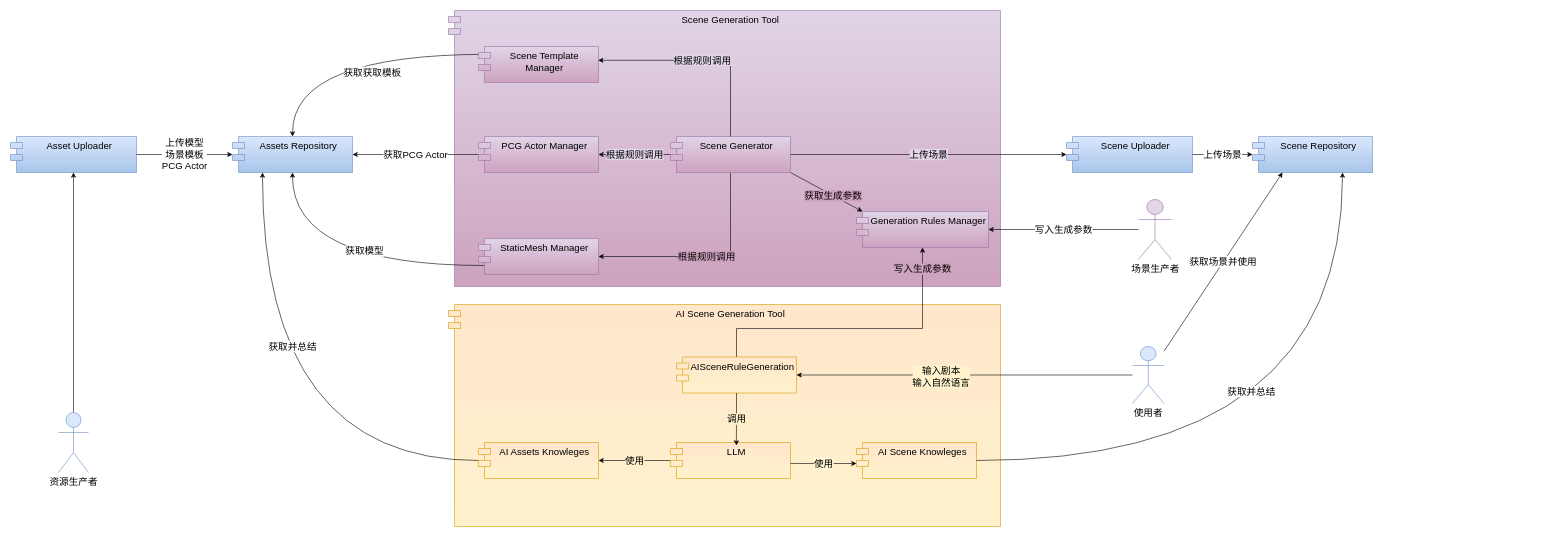
Before: page "第 3 页" (3 of 3) of UE.drawio in kwhitestone/drawio, a draw.io diagram. Source tidied: cells renumbered, new cells numbered last; positions are measured from the earlier drawing's top-left corner, leaving out a move shared by most shapes. Both pictures are drawn from the tidied source at 60%, with x=0, y=0 at pixel (10, 10).
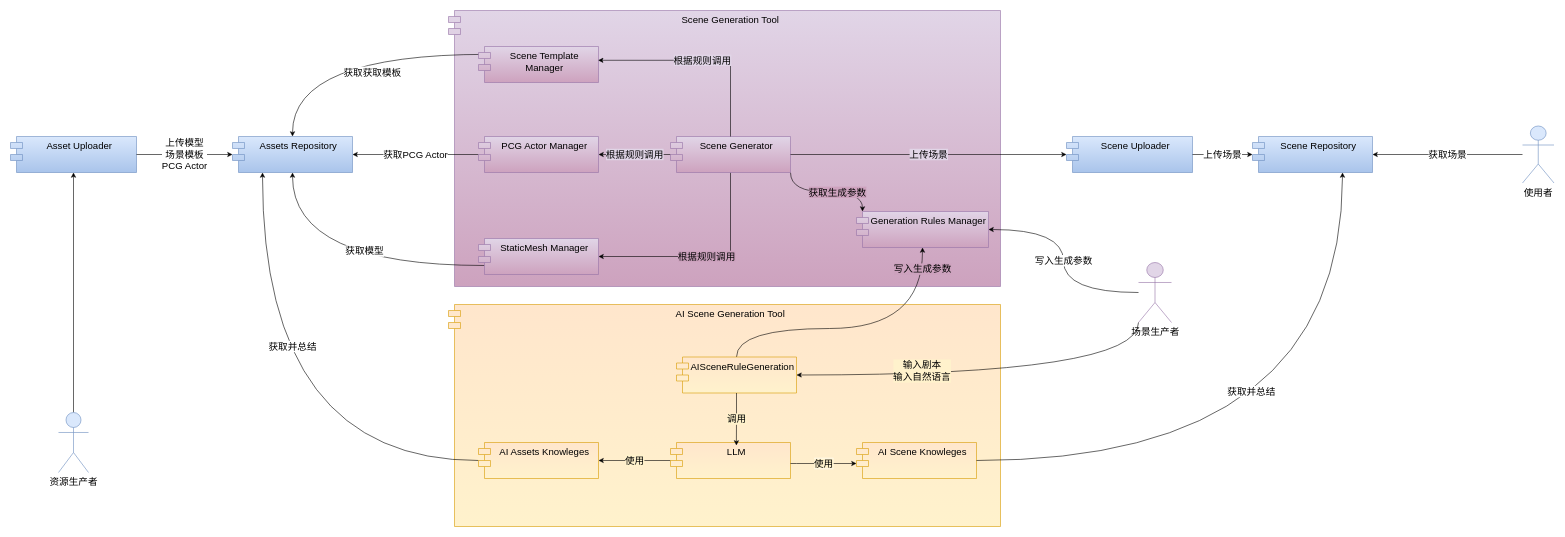
The same diagram, later.

Unchanged cells that the change refers to:
```xml
<mxCell id="16" value="Scene Generator" style="shape=module;align=left;spacingLeft=20;align=center;verticalAlign=top;whiteSpace=wrap;html=1;fontSize=16;fillColor=#e1d5e7;strokeColor=#9673a6;fillStyle=auto;gradientColor=#CDA2BE;" parent="1" vertex="1">
  <mxGeometry x="1100" y="210" width="200" height="60" as="geometry" />
</mxCell>
<mxCell id="20" value="Generation Rules Manager" style="shape=module;align=left;spacingLeft=20;align=center;verticalAlign=top;whiteSpace=wrap;html=1;fontSize=16;fillColor=#e1d5e7;strokeColor=#9673a6;fillStyle=auto;gradientColor=#CDA2BE;" parent="1" vertex="1">
  <mxGeometry x="1410" y="335" width="220" height="60" as="geometry" />
</mxCell>
<mxCell id="26" value="AISceneRuleGeneration" style="shape=module;align=left;spacingLeft=20;align=center;verticalAlign=top;whiteSpace=wrap;html=1;fontSize=16;fillColor=#ffe6cc;strokeColor=#d79b00;gradientColor=#FFF2CC;" parent="1" vertex="1">
  <mxGeometry x="1110" y="577.5" width="200" height="60" as="geometry" />
</mxCell>
<mxCell id="34" value="Scene Repository" style="shape=module;align=left;spacingLeft=20;align=center;verticalAlign=top;whiteSpace=wrap;html=1;fontSize=16;fillColor=#dae8fc;strokeColor=#6c8ebf;gradientColor=#A9C4EB;" parent="1" vertex="1">
  <mxGeometry x="2070" y="210" width="200" height="60" as="geometry" />
</mxCell>
<mxCell id="38" value="AI Scene Knowleges" style="shape=module;align=left;spacingLeft=20;align=center;verticalAlign=top;whiteSpace=wrap;html=1;fontSize=16;fillColor=#ffe6cc;strokeColor=#d79b00;gradientColor=#FFF2CC;" parent="1" vertex="1">
  <mxGeometry x="1410" y="720" width="200" height="60" as="geometry" />
</mxCell>
```

The edit, as a diff of the source:
```diff
@@
-    <mxCell id="15" value="获取生成参数" style="rounded=0;jettySize=auto;html=1;fontSize=16;labelBackgroundColor=#CDA2BE;exitX=1;exitY=1;exitDx=0;exitDy=0;entryX=0;entryY=0;entryDx=10;entryDy=0;entryPerimeter=0;" parent="1" edge="1" source="16" target="20">
+    <mxCell id="15" value="获取生成参数" style="rounded=0;jettySize=auto;html=1;fontSize=16;labelBackgroundColor=#CDA2BE;exitX=1;exitY=1;exitDx=0;exitDy=0;entryX=0;entryY=0;entryDx=10;entryDy=0;entryPerimeter=0;edgeStyle=orthogonalEdgeStyle;curved=1;" parent="1" edge="1" source="16" target="20">
       <mxGeometry x="0.19" relative="1" as="geometry" />
     </mxCell>
@@
-    <mxCell id="23" value="写入生成参数" style="edgeStyle=orthogonalEdgeStyle;rounded=0;jettySize=auto;html=1;fontSize=16;labelBackgroundColor=#FFFFFF;entryX=1;entryY=0.5;entryDx=0;entryDy=0;" parent="1" edge="1" source="24" target="20">
-      <mxGeometry relative="1" as="geometry">
-        <Array as="points">
-          <mxPoint x="1820" y="365" />
-          <mxPoint x="1820" y="365" />
-        </Array>
-      </mxGeometry>
+    <mxCell id="23" value="写入生成参数" style="rounded=0;jettySize=auto;html=1;fontSize=16;labelBackgroundColor=#FFFFFF;entryX=1;entryY=0.5;entryDx=0;entryDy=0;edgeStyle=orthogonalEdgeStyle;curved=1;" parent="1" edge="1" source="24" target="20">
+      <mxGeometry relative="1" as="geometry" />
     </mxCell>
     <mxCell id="24" value="场景生产者" style="shape=umlActor;verticalLabelPosition=bottom;verticalAlign=top;html=1;outlineConnect=0;fontSize=16;fillColor=#e1d5e7;strokeColor=#9673a6;" parent="1" vertex="1">
-      <mxGeometry x="1880" y="315" width="55" height="100" as="geometry" />
+      <mxGeometry x="1880" y="420" width="55" height="100" as="geometry" />
     </mxCell>
-    <mxCell id="25" value="写入生成参数" style="edgeStyle=orthogonalEdgeStyle;rounded=0;jettySize=auto;html=1;entryX=0.5;entryY=1;entryDx=0;entryDy=0;fontSize=16;labelBackgroundColor=#CDA2BE;exitX=0.5;exitY=0;exitDx=0;exitDy=0;" parent="1" edge="1" source="26" target="20">
+    <mxCell id="25" value="写入生成参数" style="edgeStyle=orthogonalEdgeStyle;rounded=0;jettySize=auto;html=1;entryX=0.5;entryY=1;entryDx=0;entryDy=0;fontSize=16;labelBackgroundColor=#CDA2BE;exitX=0.5;exitY=0;exitDx=0;exitDy=0;curved=1;" parent="1" edge="1" source="26" target="20">
       <mxGeometry x="0.86" relative="1" as="geometry">
         <Array as="points">
           <mxPoint x="1210" y="530" />
           <mxPoint x="1520" y="530" />
         </Array>
         <mxPoint y="1" as="offset" />
       </mxGeometry>
     </mxCell>
@@
-    <mxCell id="29" value="输入剧本&lt;div style=&quot;font-size: 16px;&quot;&gt;输入自然语言&lt;/div&gt;" style="edgeStyle=orthogonalEdgeStyle;rounded=0;jettySize=auto;html=1;entryX=1;entryY=0.5;entryDx=0;entryDy=0;fontSize=16;labelBackgroundColor=#FFF2CC;" parent="1" edge="1" source="31" target="26">
-      <mxGeometry x="0.14" y="3" relative="1" as="geometry">
-        <Array as="points">
-          <mxPoint x="1729" y="608" />
-        </Array>
+    <mxCell id="29" value="输入剧本&lt;div&gt;输入自然语言&lt;/div&gt;" style="edgeStyle=orthogonalEdgeStyle;rounded=0;jettySize=auto;html=1;entryX=1;entryY=0.5;entryDx=0;entryDy=0;fontSize=16;labelBackgroundColor=#FFF2CC;exitX=0;exitY=1;exitDx=0;exitDy=0;exitPerimeter=0;curved=1;" parent="1" edge="1" source="24" target="26">
+      <mxGeometry x="0.37" y="-7" relative="1" as="geometry">
+        <mxPoint x="1" as="offset" />
       </mxGeometry>
     </mxCell>
-    <mxCell id="30" value="获取场景并使用" style="rounded=0;jettySize=auto;html=1;entryX=0.25;entryY=1;entryDx=0;entryDy=0;fontSize=16;" parent="1" edge="1" source="31" target="34">
-      <mxGeometry relative="1" as="geometry" />
-    </mxCell>
-    <mxCell id="31" value="使用者" style="shape=umlActor;verticalLabelPosition=bottom;verticalAlign=top;html=1;outlineConnect=0;fontSize=16;fillColor=#dae8fc;strokeColor=#6c8ebf;" parent="1" vertex="1">
-      <mxGeometry x="1870" y="560" width="52.5" height="95" as="geometry" />
-    </mxCell>
@@
     <mxCell id="40" value="&lt;span style=&quot;font-size: 16px;&quot;&gt;获取并总结&lt;/span&gt;" style="edgeStyle=orthogonalEdgeStyle;rounded=0;jettySize=auto;html=1;entryX=0.75;entryY=1;entryDx=0;entryDy=0;curved=1;" parent="1" edge="1" source="38" target="34">
-      <mxGeometry x="-0.16" y="115" relative="1" as="geometry" />
+      <mxGeometry x="-0.16" y="115" relative="1" as="geometry">
+        <Array as="points">
+          <mxPoint x="2220" y="750" />
+        </Array>
+      </mxGeometry>
     </mxCell>
+    <mxCell id="30" value="获取场景" style="edgeStyle=orthogonalEdgeStyle;rounded=0;jettySize=auto;html=1;entryX=1;entryY=0.5;entryDx=0;entryDy=0;fontSize=16;" parent="1" edge="1" source="31" target="34">
+      <mxGeometry relative="1" as="geometry" />
+    </mxCell>
+    <mxCell id="31" value="使用者" style="shape=umlActor;verticalLabelPosition=bottom;verticalAlign=top;html=1;outlineConnect=0;fontSize=16;fillColor=#dae8fc;strokeColor=#6c8ebf;" parent="1" vertex="1">
+      <mxGeometry x="2520" y="192.5" width="52.5" height="95" as="geometry" />
+    </mxCell>
```
